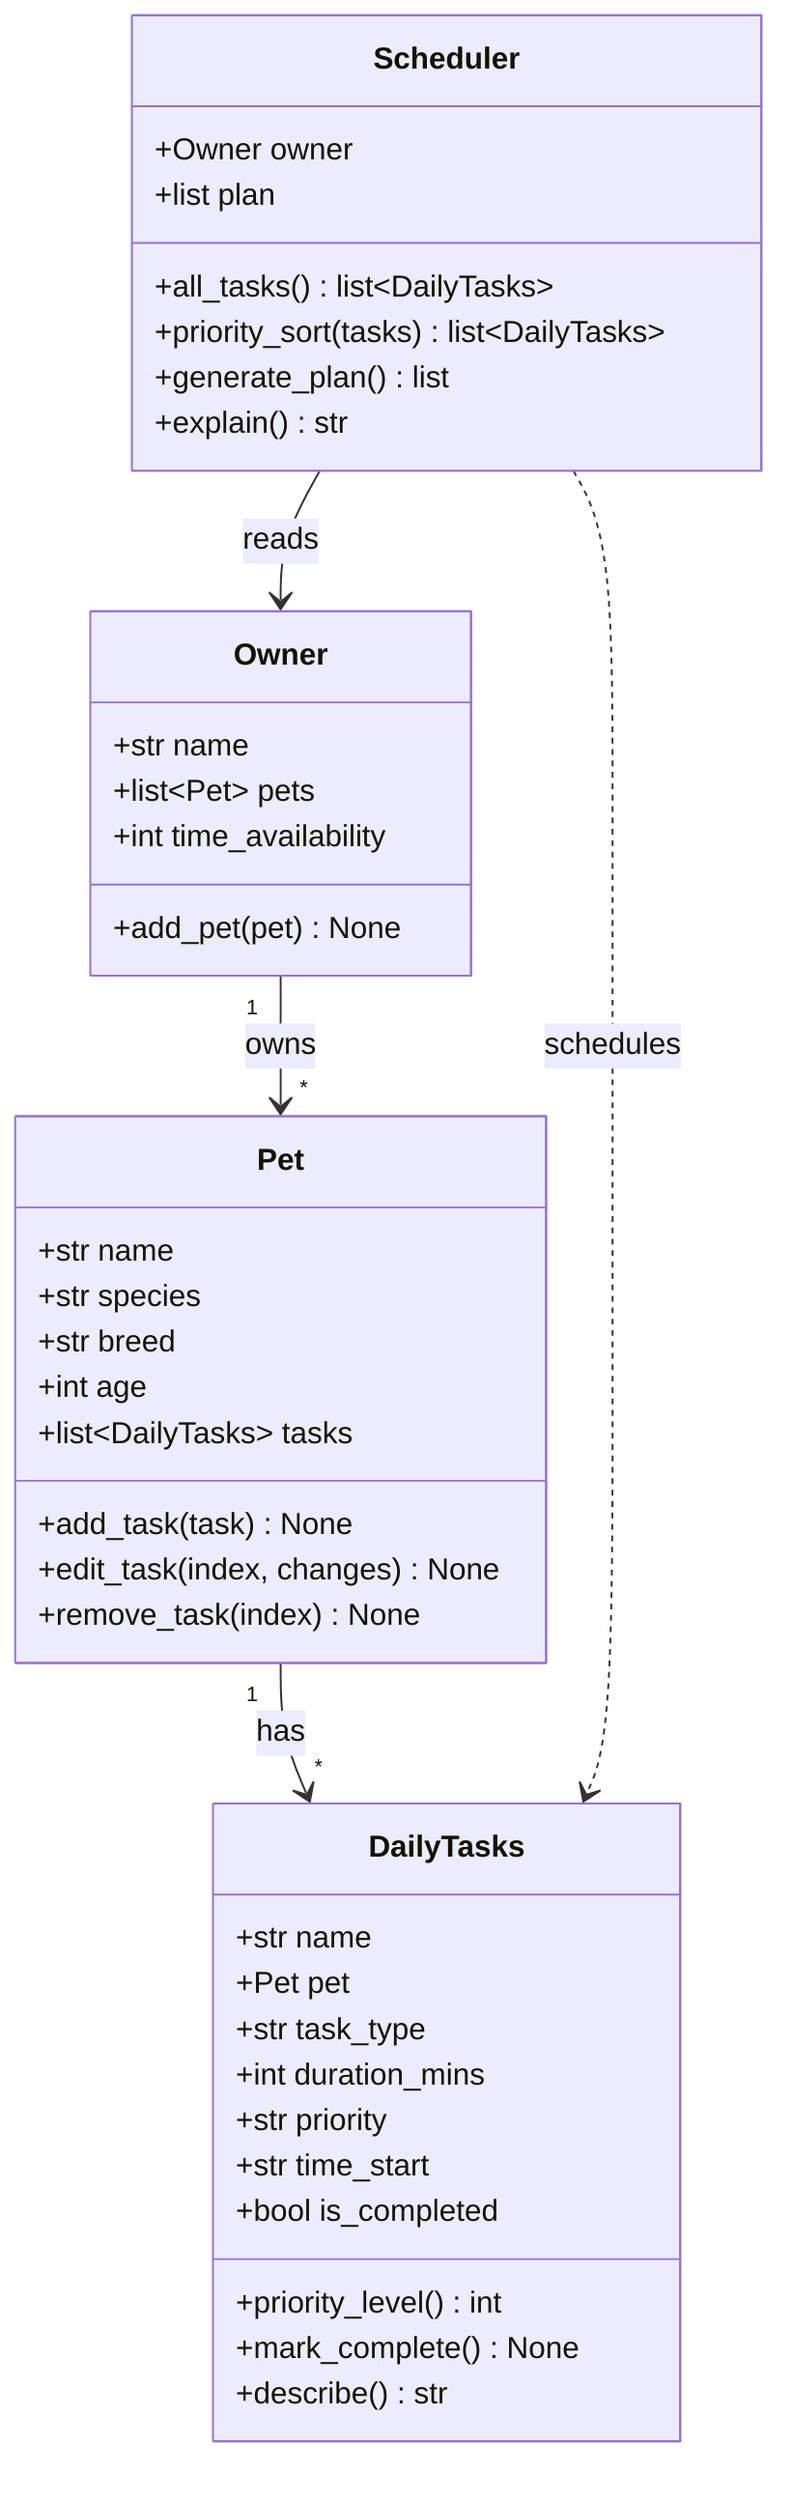
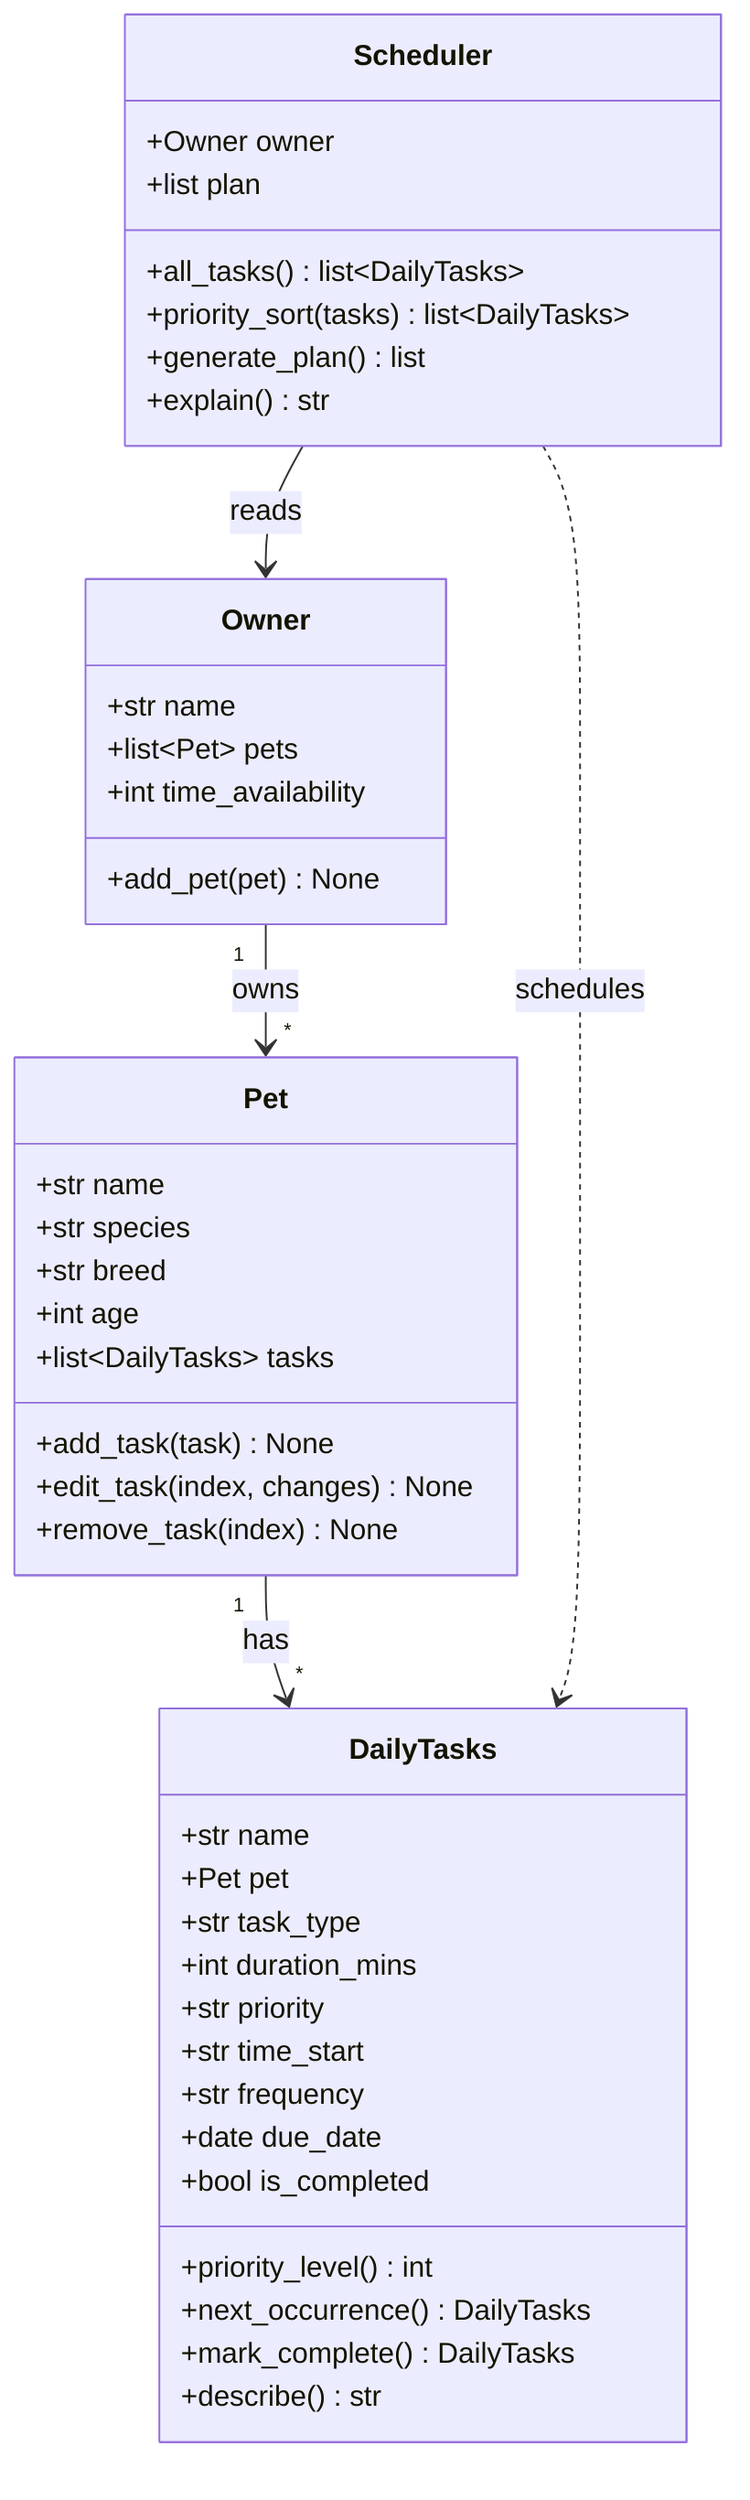
classDiagram
    class Owner {
        +str name
        +list~Pet~ pets
        +int time_availability
        +add_pet(pet) None
    }

    class Pet {
        +str name
        +str species
        +str breed
        +int age
        +list~DailyTasks~ tasks
        +add_task(task) None
        +edit_task(index, changes) None
        +remove_task(index) None
    }

    class DailyTasks {
        +str name
        +Pet pet
        +str task_type
        +int duration_mins
        +str priority
        +str time_start
+         +str frequency
+         +date due_date
        +bool is_completed
        +priority_level() int
-         +mark_complete() None
+         +next_occurrence() DailyTasks
+         +mark_complete() DailyTasks
        +describe() str
    }

    class Scheduler {
        +Owner owner
        +list plan
        +all_tasks() list~DailyTasks~
        +priority_sort(tasks) list~DailyTasks~
        +generate_plan() list
        +explain() str
    }

    Owner "1" --> "*" Pet : owns
    Pet "1" --> "*" DailyTasks : has
    Scheduler --> Owner : reads
    Scheduler ..> DailyTasks : schedules
